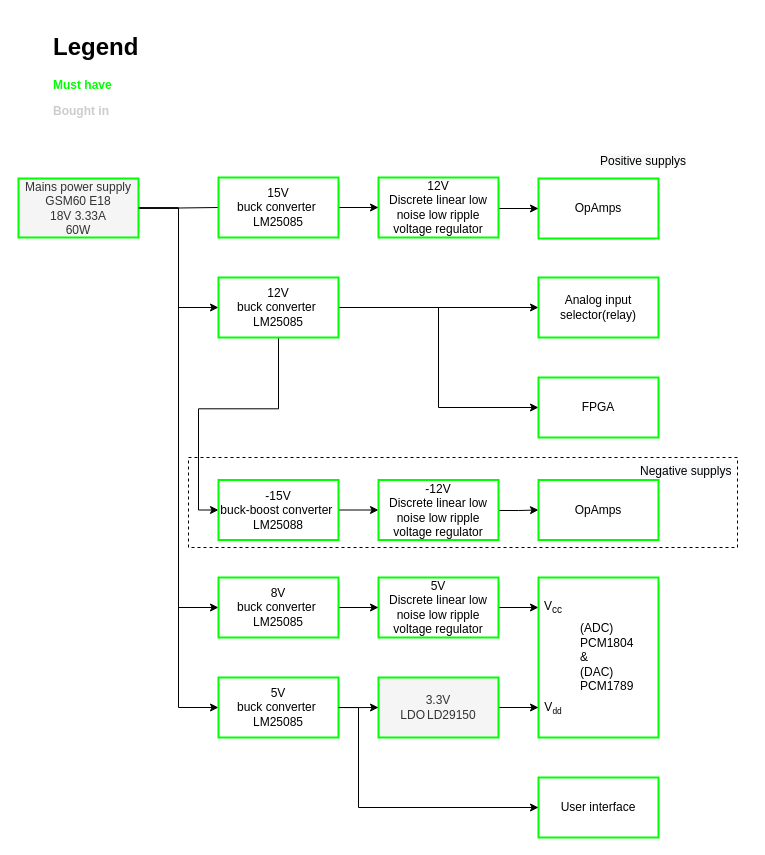
The draw.io diagram Block diagrams/System design/Power supply.drawio in HeinVerhallen/Audio-DSP, before the edit. Source tidied: cells renumbered, new cells numbered last; positions are measured from the earlier drawing's top-left corner, leaving out a move shared by most shapes. Both pictures are drawn from the tidied source at 100%, with x=0, y=0 at pixel (18, 27).
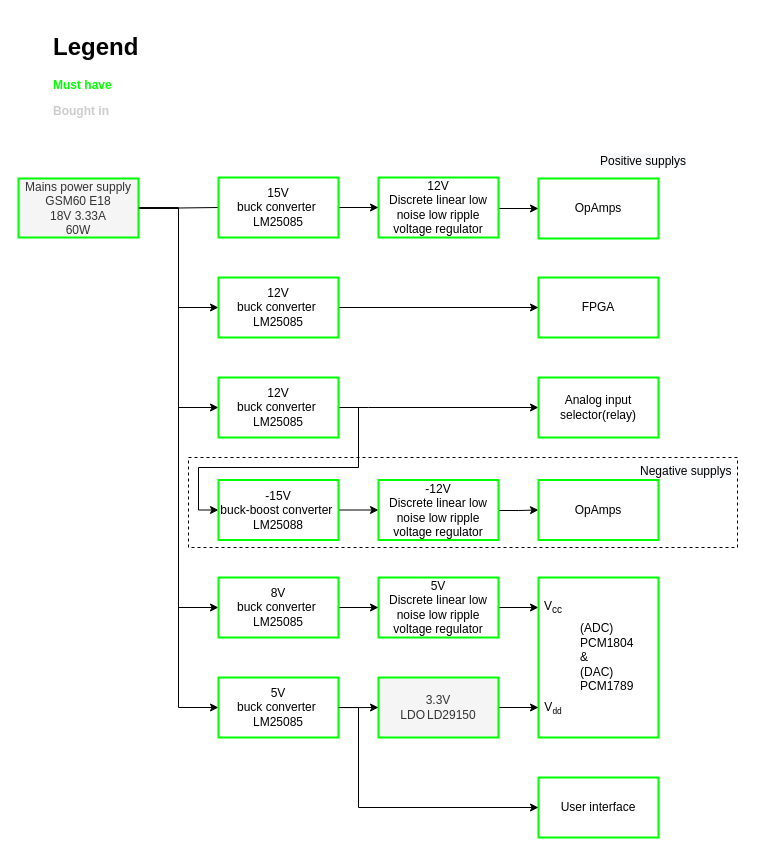
The same diagram, later.

Unchanged cells that the change refers to:
```xml
<mxCell id="6" value="Mains power supply&lt;br&gt;GSM60 E18&lt;br&gt;18V 3.33A&lt;br&gt;60W" style="rounded=0;whiteSpace=wrap;html=1;strokeColor=#00FF00;strokeWidth=2;fillColor=#f5f5f5;fontColor=#333333;" parent="1" vertex="1">
  <mxGeometry y="151" width="120" height="59" as="geometry" />
</mxCell>
<mxCell id="37" value="-15V &lt;br&gt;buck-boost converter&amp;nbsp; LM25088" style="rounded=0;whiteSpace=wrap;html=1;strokeColor=#00FF00;strokeWidth=2;" parent="1" vertex="1">
  <mxGeometry x="200" y="452.5" width="120" height="60" as="geometry" />
</mxCell>
```

The edit, as a diff of the source:
```diff
@@
     <mxCell id="3" style="edgeStyle=orthogonalEdgeStyle;rounded=0;jettySize=auto;html=1;entryX=0;entryY=0.5;entryDx=0;entryDy=0;strokeColor=#050001;fontColor=default;" parent="1" edge="1" source="6" target="13">
       <mxGeometry relative="1" as="geometry">
         <Array as="points">
-          <mxPoint x="160" y="180" />
-          <mxPoint x="160" y="280" />
+          <mxPoint x="160" y="181" />
+          <mxPoint x="160" y="380" />
         </Array>
       </mxGeometry>
     </mxCell>
@@
+    <mxCell id="41" style="edgeStyle=orthogonalEdgeStyle;rounded=0;jettySize=auto;html=1;entryX=0;entryY=0.5;entryDx=0;entryDy=0;" parent="1" edge="1" source="6" target="43">
+      <mxGeometry relative="1" as="geometry" />
+    </mxCell>
@@
     <mxCell id="10" style="edgeStyle=orthogonalEdgeStyle;rounded=0;jettySize=auto;html=1;strokeColor=#000000;strokeWidth=1;fontColor=#000000;" parent="1" edge="1" source="13" target="16">
-      <mxGeometry relative="1" as="geometry" />
+      <mxGeometry relative="1" as="geometry">
+        <Array as="points">
+          <mxPoint x="350" y="380" />
+          <mxPoint x="350" y="380" />
+        </Array>
+      </mxGeometry>
     </mxCell>
-    <mxCell id="11" style="edgeStyle=orthogonalEdgeStyle;rounded=0;jettySize=auto;html=1;entryX=0;entryY=0.5;entryDx=0;entryDy=0;strokeColor=#000000;strokeWidth=1;fontColor=#000000;" parent="1" edge="1" source="13" target="14">
-      <mxGeometry relative="1" as="geometry" />
-    </mxCell>
     <mxCell id="12" style="edgeStyle=orthogonalEdgeStyle;rounded=0;jettySize=auto;html=1;entryX=0;entryY=0.5;entryDx=0;entryDy=0;" parent="1" edge="1" source="13" target="37">
-      <mxGeometry relative="1" as="geometry" />
+      <mxGeometry relative="1" as="geometry">
+        <Array as="points">
+          <mxPoint x="340" y="380" />
+          <mxPoint x="340" y="440" />
+          <mxPoint x="180" y="440" />
+          <mxPoint x="180" y="483" />
+        </Array>
+      </mxGeometry>
     </mxCell>
     <mxCell id="13" value="12V &lt;br&gt;buck converter&amp;nbsp; LM25085" style="rounded=0;whiteSpace=wrap;html=1;strokeColor=#00FF00;strokeWidth=2;" parent="1" vertex="1">
-      <mxGeometry x="200" y="250" width="120" height="60" as="geometry" />
+      <mxGeometry x="200" y="350" width="120" height="60" as="geometry" />
     </mxCell>
     <mxCell id="14" value="FPGA" style="rounded=0;whiteSpace=wrap;html=1;strokeColor=#00FF00;strokeWidth=2;" parent="1" vertex="1">
-      <mxGeometry x="520" y="350" width="120" height="60" as="geometry" />
+      <mxGeometry x="520" y="250" width="120" height="60" as="geometry" />
     </mxCell>
@@
     <mxCell id="16" value="Analog input selector(relay)" style="rounded=0;whiteSpace=wrap;html=1;strokeColor=#00FF00;strokeWidth=2;" parent="1" vertex="1">
-      <mxGeometry x="520" y="250" width="120" height="60" as="geometry" />
+      <mxGeometry x="520" y="350" width="120" height="60" as="geometry" />
     </mxCell>
@@
+    <mxCell id="42" style="edgeStyle=orthogonalEdgeStyle;rounded=0;jettySize=auto;html=1;entryX=0;entryY=0.5;entryDx=0;entryDy=0;" parent="1" edge="1" source="43" target="14">
+      <mxGeometry relative="1" as="geometry" />
+    </mxCell>
+    <mxCell id="43" value="12V &lt;br&gt;buck converter&amp;nbsp; LM25085" style="rounded=0;whiteSpace=wrap;html=1;strokeColor=#00FF00;strokeWidth=2;" parent="1" vertex="1">
+      <mxGeometry x="200" y="250" width="120" height="60" as="geometry" />
+    </mxCell>
```
